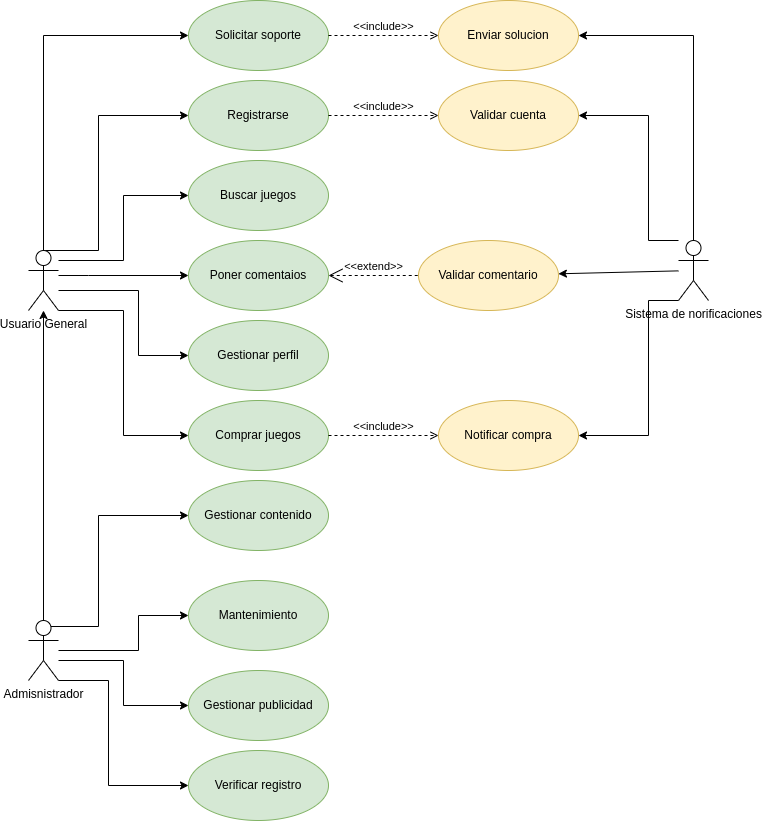
The draw.io diagram images/diagramas/CasosDeUso.drawio.png in nexphernandez/Adict-Games, before a commit. Source tidied: cells renumbered, new cells last; positions are measured from the earlier drawing's top-left corner, leaving out a move shared by most shapes.
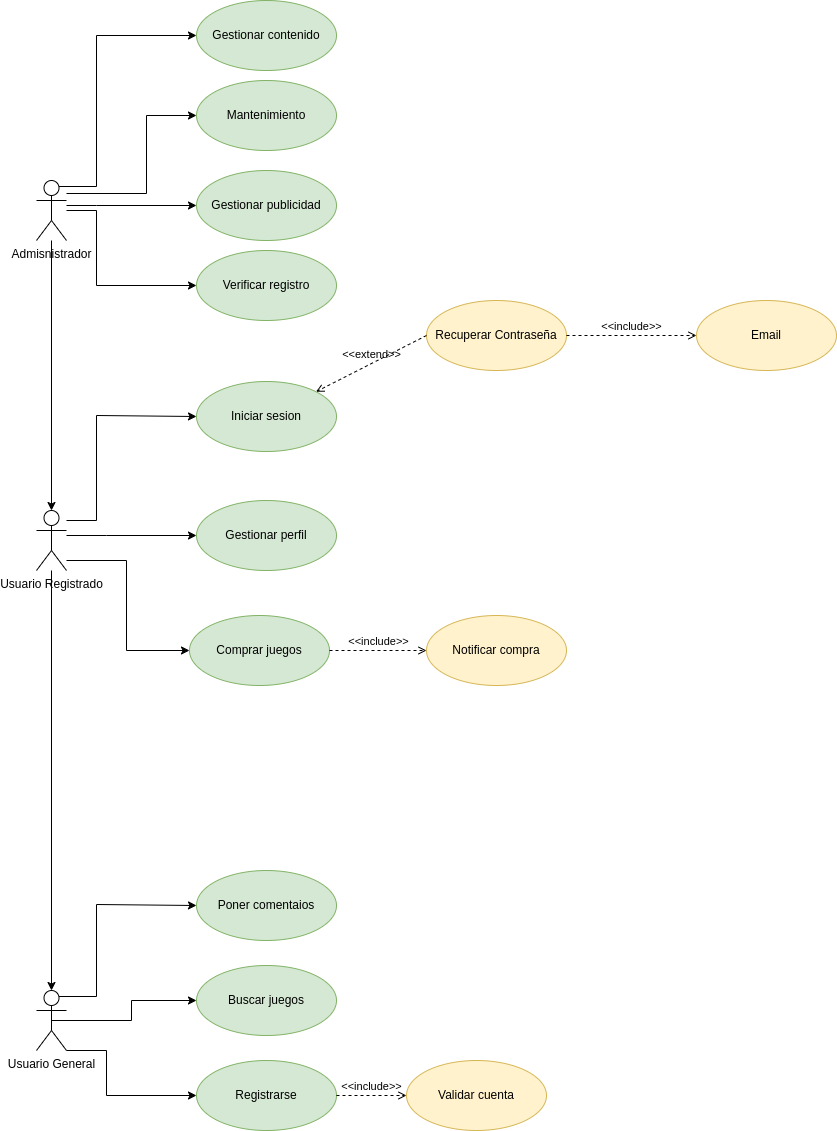
After the change.

Commit message:
Se cambia la imagen de casos de usos #3

Change to the diagram source:
```diff
@@ -2,176 +2,151 @@
   <root>
     <mxCell id="0" />
     <mxCell id="1" parent="0" />
-    <mxCell id="2" style="edgeStyle=orthogonalEdgeStyle;rounded=0;jettySize=auto;html=1;exitX=0.5;exitY=0;exitDx=0;exitDy=0;exitPerimeter=0;entryX=0;entryY=0.5;entryDx=0;entryDy=0;" parent="1" edge="1" source="8" target="20">
+    <mxCell id="2" style="edgeStyle=orthogonalEdgeStyle;rounded=0;jettySize=auto;html=1;exitX=1;exitY=1;exitDx=0;exitDy=0;exitPerimeter=0;entryX=0;entryY=0.5;entryDx=0;entryDy=0;" parent="1" edge="1" source="37" target="20">
       <mxGeometry relative="1" as="geometry">
         <Array as="points">
-          <mxPoint x="70" y="250" />
-          <mxPoint x="70" y="115" />
+          <mxPoint x="60" y="50" />
+          <mxPoint x="60" y="95" />
         </Array>
       </mxGeometry>
     </mxCell>
-    <mxCell id="3" style="edgeStyle=orthogonalEdgeStyle;rounded=0;jettySize=auto;html=1;entryX=0;entryY=0.5;entryDx=0;entryDy=0;" parent="1" edge="1" source="8" target="21">
-      <mxGeometry relative="1" as="geometry">
-        <Array as="points">
-          <mxPoint x="95" y="260" />
-          <mxPoint x="95" y="195" />
-        </Array>
-      </mxGeometry>
+    <mxCell id="3" style="edgeStyle=orthogonalEdgeStyle;rounded=0;jettySize=auto;html=1;entryX=0;entryY=0.5;entryDx=0;entryDy=0;exitX=0.5;exitY=0.5;exitDx=0;exitDy=0;exitPerimeter=0;" parent="1" edge="1" source="37" target="21">
+      <mxGeometry relative="1" as="geometry" />
     </mxCell>
-    <mxCell id="4" style="edgeStyle=orthogonalEdgeStyle;rounded=0;jettySize=auto;html=1;" parent="1" edge="1" source="8" target="22">
+    <mxCell id="4" style="edgeStyle=orthogonalEdgeStyle;rounded=0;jettySize=auto;html=1;exitX=0.75;exitY=0.1;exitDx=0;exitDy=0;exitPerimeter=0;entryX=0;entryY=0.5;entryDx=0;entryDy=0;" parent="1" edge="1" source="37" target="22">
       <mxGeometry relative="1" as="geometry">
         <Array as="points">
-          <mxPoint x="60" y="275" />
-          <mxPoint x="60" y="275" />
+          <mxPoint x="50" y="-4" />
+          <mxPoint x="50" y="-96" />
         </Array>
       </mxGeometry>
     </mxCell>
     <mxCell id="5" style="edgeStyle=orthogonalEdgeStyle;rounded=0;jettySize=auto;html=1;entryX=0;entryY=0.5;entryDx=0;entryDy=0;" parent="1" edge="1" source="8" target="26">
       <mxGeometry relative="1" as="geometry">
         <Array as="points">
-          <mxPoint x="110" y="290" />
-          <mxPoint x="110" y="355" />
+          <mxPoint x="60" y="-465" />
+          <mxPoint x="60" y="-465" />
         </Array>
       </mxGeometry>
     </mxCell>
     <mxCell id="6" style="edgeStyle=orthogonalEdgeStyle;rounded=0;jettySize=auto;html=1;entryX=0;entryY=0.5;entryDx=0;entryDy=0;" parent="1" edge="1" source="8" target="23">
       <mxGeometry relative="1" as="geometry">
         <Array as="points">
-          <mxPoint x="95" y="310" />
-          <mxPoint x="95" y="435" />
+          <mxPoint x="80" y="-440" />
+          <mxPoint x="80" y="-350" />
         </Array>
       </mxGeometry>
     </mxCell>
     <mxCell id="7" style="edgeStyle=orthogonalEdgeStyle;rounded=0;jettySize=auto;html=1;entryX=0;entryY=0.5;entryDx=0;entryDy=0;" parent="1" edge="1" source="8" target="32">
       <mxGeometry relative="1" as="geometry">
         <Array as="points">
-          <mxPoint x="15" y="35" />
+          <mxPoint x="50" y="-480" />
+          <mxPoint x="50" y="-585" />
         </Array>
       </mxGeometry>
     </mxCell>
-    <mxCell id="8" value="Usuario General" style="shape=umlActor;verticalLabelPosition=bottom;verticalAlign=top;html=1;outlineConnect=0;" parent="1" vertex="1">
-      <mxGeometry y="250" width="30" height="60" as="geometry" />
+    <mxCell id="8" value="Usuario Registrado" style="shape=umlActor;verticalLabelPosition=bottom;verticalAlign=top;html=1;outlineConnect=0;" parent="1" vertex="1">
+      <mxGeometry x="-10" y="-490" width="30" height="60" as="geometry" />
     </mxCell>
-    <mxCell id="9" style="edgeStyle=orthogonalEdgeStyle;rounded=0;jettySize=auto;html=1;exitX=0.5;exitY=0;exitDx=0;exitDy=0;exitPerimeter=0;" parent="1" edge="1" source="14" target="8">
-      <mxGeometry relative="1" as="geometry" />
-    </mxCell>
     <mxCell id="10" style="edgeStyle=orthogonalEdgeStyle;rounded=0;jettySize=auto;html=1;entryX=0;entryY=0.5;entryDx=0;entryDy=0;exitX=0.75;exitY=0.1;exitDx=0;exitDy=0;exitPerimeter=0;" parent="1" edge="1" source="14" target="24">
       <mxGeometry relative="1" as="geometry">
         <Array as="points">
-          <mxPoint x="70" y="626" />
-          <mxPoint x="70" y="515" />
+          <mxPoint x="50" y="-814" />
+          <mxPoint x="50" y="-965" />
         </Array>
       </mxGeometry>
     </mxCell>
     <mxCell id="11" style="edgeStyle=orthogonalEdgeStyle;rounded=0;jettySize=auto;html=1;entryX=0;entryY=0.5;entryDx=0;entryDy=0;" parent="1" edge="1" source="14" target="25">
       <mxGeometry relative="1" as="geometry">
         <Array as="points">
-          <mxPoint x="110" y="650" />
-          <mxPoint x="110" y="615" />
+          <mxPoint x="100" y="-807" />
+          <mxPoint x="100" y="-885" />
         </Array>
       </mxGeometry>
     </mxCell>
     <mxCell id="12" style="edgeStyle=orthogonalEdgeStyle;rounded=0;jettySize=auto;html=1;entryX=0;entryY=0.5;entryDx=0;entryDy=0;" parent="1" edge="1" source="14" target="27">
       <mxGeometry relative="1" as="geometry">
         <Array as="points">
-          <mxPoint x="95" y="660" />
-          <mxPoint x="95" y="705" />
+          <mxPoint x="50" y="-795" />
+          <mxPoint x="50" y="-795" />
         </Array>
       </mxGeometry>
     </mxCell>
     <mxCell id="13" style="edgeStyle=orthogonalEdgeStyle;rounded=0;jettySize=auto;html=1;entryX=0;entryY=0.5;entryDx=0;entryDy=0;" parent="1" edge="1" source="14" target="28">
       <mxGeometry relative="1" as="geometry">
         <Array as="points">
-          <mxPoint x="80" y="680" />
-          <mxPoint x="80" y="785" />
+          <mxPoint x="50" y="-790" />
+          <mxPoint x="50" y="-715" />
         </Array>
       </mxGeometry>
     </mxCell>
+    <mxCell id="9" style="edgeStyle=none;html=1;" parent="1" edge="1" source="14" target="8">
+      <mxGeometry relative="1" as="geometry" />
+    </mxCell>
     <mxCell id="14" value="Admisnistrador" style="shape=umlActor;verticalLabelPosition=bottom;verticalAlign=top;html=1;outlineConnect=0;" parent="1" vertex="1">
-      <mxGeometry y="620" width="30" height="60" as="geometry" />
+      <mxGeometry x="-10" y="-820" width="30" height="60" as="geometry" />
     </mxCell>
-    <mxCell id="15" style="edgeStyle=orthogonalEdgeStyle;rounded=0;jettySize=auto;html=1;entryX=1;entryY=0.5;entryDx=0;entryDy=0;" parent="1" edge="1" source="19" target="30">
-      <mxGeometry relative="1" as="geometry">
-        <Array as="points">
-          <mxPoint x="620" y="240" />
-          <mxPoint x="620" y="115" />
-        </Array>
-      </mxGeometry>
-    </mxCell>
-    <mxCell id="16" style="edgeStyle=orthogonalEdgeStyle;rounded=0;jettySize=auto;html=1;entryX=1;entryY=0.5;entryDx=0;entryDy=0;" parent="1" edge="1" source="19" target="29">
-      <mxGeometry relative="1" as="geometry">
-        <Array as="points">
-          <mxPoint x="620" y="300" />
-          <mxPoint x="620" y="435" />
-        </Array>
-      </mxGeometry>
-    </mxCell>
-    <mxCell id="17" style="edgeStyle=orthogonalEdgeStyle;rounded=0;jettySize=auto;html=1;entryX=1;entryY=0.5;entryDx=0;entryDy=0;" parent="1" edge="1" source="19" target="33">
-      <mxGeometry relative="1" as="geometry">
-        <Array as="points">
-          <mxPoint x="665" y="35" />
-        </Array>
-      </mxGeometry>
-    </mxCell>
-    <mxCell id="18" style="edgeStyle=none;html=1;" parent="1" edge="1" source="19" target="34">
-      <mxGeometry relative="1" as="geometry" />
-    </mxCell>
-    <mxCell id="19" value="Sistema de norificaciones" style="shape=umlActor;verticalLabelPosition=bottom;verticalAlign=top;html=1;outlineConnect=0;" parent="1" vertex="1">
-      <mxGeometry x="650" y="240" width="30" height="60" as="geometry" />
-    </mxCell>
     <mxCell id="20" value="Registrarse" style="ellipse;whiteSpace=wrap;html=1;fillColor=#d5e8d4;strokeColor=#82b366;" parent="1" vertex="1">
-      <mxGeometry x="160" y="80" width="140" height="70" as="geometry" />
+      <mxGeometry x="150" y="60" width="140" height="70" as="geometry" />
     </mxCell>
     <mxCell id="21" value="Buscar juegos" style="ellipse;whiteSpace=wrap;html=1;fillColor=#d5e8d4;strokeColor=#82b366;" parent="1" vertex="1">
-      <mxGeometry x="160" y="160" width="140" height="70" as="geometry" />
+      <mxGeometry x="150" y="-35" width="140" height="70" as="geometry" />
     </mxCell>
     <mxCell id="22" value="Poner comentaios" style="ellipse;whiteSpace=wrap;html=1;fillColor=#d5e8d4;strokeColor=#82b366;" parent="1" vertex="1">
-      <mxGeometry x="160" y="240" width="140" height="70" as="geometry" />
+      <mxGeometry x="150" y="-130" width="140" height="70" as="geometry" />
     </mxCell>
     <mxCell id="23" value="Comprar juegos" style="ellipse;whiteSpace=wrap;html=1;fillColor=#d5e8d4;strokeColor=#82b366;" parent="1" vertex="1">
-      <mxGeometry x="160" y="400" width="140" height="70" as="geometry" />
+      <mxGeometry x="143" y="-385" width="140" height="70" as="geometry" />
     </mxCell>
     <mxCell id="24" value="Gestionar contenido" style="ellipse;whiteSpace=wrap;html=1;fillColor=#d5e8d4;strokeColor=#82b366;" parent="1" vertex="1">
-      <mxGeometry x="160" y="480" width="140" height="70" as="geometry" />
+      <mxGeometry x="150" y="-1000" width="140" height="70" as="geometry" />
     </mxCell>
     <mxCell id="25" value="Mantenimiento" style="ellipse;whiteSpace=wrap;html=1;fillColor=#d5e8d4;strokeColor=#82b366;" parent="1" vertex="1">
-      <mxGeometry x="160" y="580" width="140" height="70" as="geometry" />
+      <mxGeometry x="150" y="-920" width="140" height="70" as="geometry" />
     </mxCell>
     <mxCell id="26" value="Gestionar perfil" style="ellipse;whiteSpace=wrap;html=1;fillColor=#d5e8d4;strokeColor=#82b366;" parent="1" vertex="1">
-      <mxGeometry x="160" y="320" width="140" height="70" as="geometry" />
+      <mxGeometry x="150" y="-500" width="140" height="70" as="geometry" />
     </mxCell>
     <mxCell id="27" value="Gestionar publicidad" style="ellipse;whiteSpace=wrap;html=1;fillColor=#d5e8d4;strokeColor=#82b366;labelBackgroundColor=none;" parent="1" vertex="1">
-      <mxGeometry x="160" y="670" width="140" height="70" as="geometry" />
+      <mxGeometry x="150" y="-830" width="140" height="70" as="geometry" />
     </mxCell>
     <mxCell id="28" value="Verificar registro" style="ellipse;whiteSpace=wrap;html=1;fillColor=#d5e8d4;strokeColor=#82b366;" parent="1" vertex="1">
-      <mxGeometry x="160" y="750" width="140" height="70" as="geometry" />
+      <mxGeometry x="150" y="-750" width="140" height="70" as="geometry" />
     </mxCell>
     <mxCell id="29" value="Notificar compra" style="ellipse;whiteSpace=wrap;html=1;fillColor=#fff2cc;strokeColor=#d6b656;" parent="1" vertex="1">
-      <mxGeometry x="410" y="400" width="140" height="70" as="geometry" />
+      <mxGeometry x="380" y="-385" width="140" height="70" as="geometry" />
     </mxCell>
     <mxCell id="30" value="Validar cuenta" style="ellipse;whiteSpace=wrap;html=1;fillColor=#fff2cc;strokeColor=#d6b656;" parent="1" vertex="1">
-      <mxGeometry x="410" y="80" width="140" height="70" as="geometry" />
+      <mxGeometry x="360" y="60" width="140" height="70" as="geometry" />
     </mxCell>
     <mxCell id="31" value="&amp;lt;&amp;lt;include&amp;gt;&amp;gt;" style="edgeStyle=none;html=1;endArrow=open;verticalAlign=bottom;dashed=1;labelBackgroundColor=none;rounded=0;exitX=1;exitY=0.5;exitDx=0;exitDy=0;" parent="1" edge="1" source="20" target="30">
       <mxGeometry relative="1" as="geometry" />
     </mxCell>
-    <mxCell id="32" value="Solicitar soporte" style="ellipse;whiteSpace=wrap;html=1;fillColor=#d5e8d4;strokeColor=#82b366;" parent="1" vertex="1">
-      <mxGeometry x="160" width="140" height="70" as="geometry" />
+    <mxCell id="32" value="Iniciar sesion" style="ellipse;whiteSpace=wrap;html=1;fillColor=#d5e8d4;strokeColor=#82b366;" parent="1" vertex="1">
+      <mxGeometry x="150" y="-619" width="140" height="70" as="geometry" />
     </mxCell>
-    <mxCell id="33" value="Enviar solucion" style="ellipse;whiteSpace=wrap;html=1;fillColor=#fff2cc;strokeColor=#d6b656;" parent="1" vertex="1">
-      <mxGeometry x="410" width="140" height="70" as="geometry" />
-    </mxCell>
-    <mxCell id="34" value="Validar comentario&lt;br&gt;" style="ellipse;whiteSpace=wrap;html=1;fillColor=#fff2cc;strokeColor=#d6b656;" parent="1" vertex="1">
-      <mxGeometry x="390" y="240" width="140" height="70" as="geometry" />
-    </mxCell>
-    <mxCell id="35" value="&amp;lt;&amp;lt;extend&amp;gt;&amp;gt;" style="edgeStyle=none;html=1;startArrow=open;endArrow=none;startSize=12;verticalAlign=bottom;dashed=1;labelBackgroundColor=none;entryX=0;entryY=0.5;entryDx=0;entryDy=0;exitX=1;exitY=0.5;exitDx=0;exitDy=0;" parent="1" edge="1" source="22" target="34">
-      <mxGeometry relative="1" as="geometry" />
-    </mxCell>
     <mxCell id="36" value="&amp;lt;&amp;lt;include&amp;gt;&amp;gt;" style="edgeStyle=none;html=1;endArrow=open;verticalAlign=bottom;dashed=1;labelBackgroundColor=none;exitX=1;exitY=0.5;exitDx=0;exitDy=0;entryX=0;entryY=0.5;entryDx=0;entryDy=0;" parent="1" edge="1" source="23" target="29">
       <mxGeometry relative="1" as="geometry" />
     </mxCell>
-    <mxCell id="37" value="&amp;lt;&amp;lt;include&amp;gt;&amp;gt;" style="edgeStyle=none;html=1;endArrow=open;verticalAlign=bottom;dashed=1;labelBackgroundColor=none;exitX=1;exitY=0.5;exitDx=0;exitDy=0;entryX=0;entryY=0.5;entryDx=0;entryDy=0;" parent="1" edge="1" source="32" target="33">
-      <mxGeometry relative="1" as="geometry" />
+    <mxCell id="37" value="Usuario General" style="shape=umlActor;verticalLabelPosition=bottom;verticalAlign=top;html=1;outlineConnect=0;" parent="1" vertex="1">
+      <mxGeometry x="-10" y="-10" width="30" height="60" as="geometry" />
     </mxCell>
+    <mxCell id="38" style="edgeStyle=none;html=1;entryX=0.5;entryY=0;entryDx=0;entryDy=0;entryPerimeter=0;" parent="1" edge="1" source="8" target="37">
+      <mxGeometry relative="1" as="geometry" />
+    </mxCell>
+    <mxCell id="39" value="Recuperar Contraseña" style="ellipse;whiteSpace=wrap;html=1;fillColor=#fff2cc;strokeColor=#d6b656;" parent="1" vertex="1">
+      <mxGeometry x="380" y="-700" width="140" height="70" as="geometry" />
+    </mxCell>
+    <mxCell id="35" value="&amp;lt;&amp;lt;extend&amp;gt;&amp;gt;" style="html=1;verticalAlign=bottom;labelBackgroundColor=none;endArrow=open;endFill=0;dashed=1;exitX=0;exitY=0.5;exitDx=0;exitDy=0;entryX=1;entryY=0;entryDx=0;entryDy=0;" parent="1" edge="1" source="39" target="32">
+      <mxGeometry relative="1" as="geometry" />
+    </mxCell>
+    <mxCell id="40" value="&amp;lt;&amp;lt;include&amp;gt;&amp;gt;" style="edgeStyle=none;html=1;endArrow=open;verticalAlign=bottom;dashed=1;labelBackgroundColor=none;exitX=1;exitY=0.5;exitDx=0;exitDy=0;" parent="1" edge="1" source="39">
+      <mxGeometry relative="1" as="geometry">
+        <mxPoint x="650" y="-665" as="targetPoint" />
+      </mxGeometry>
+    </mxCell>
+    <mxCell id="41" value="Email" style="ellipse;whiteSpace=wrap;html=1;fillColor=#fff2cc;strokeColor=#d6b656;" parent="1" vertex="1">
+      <mxGeometry x="650" y="-700" width="140" height="70" as="geometry" />
+    </mxCell>
   </root>
 </mxGraphModel>
```
